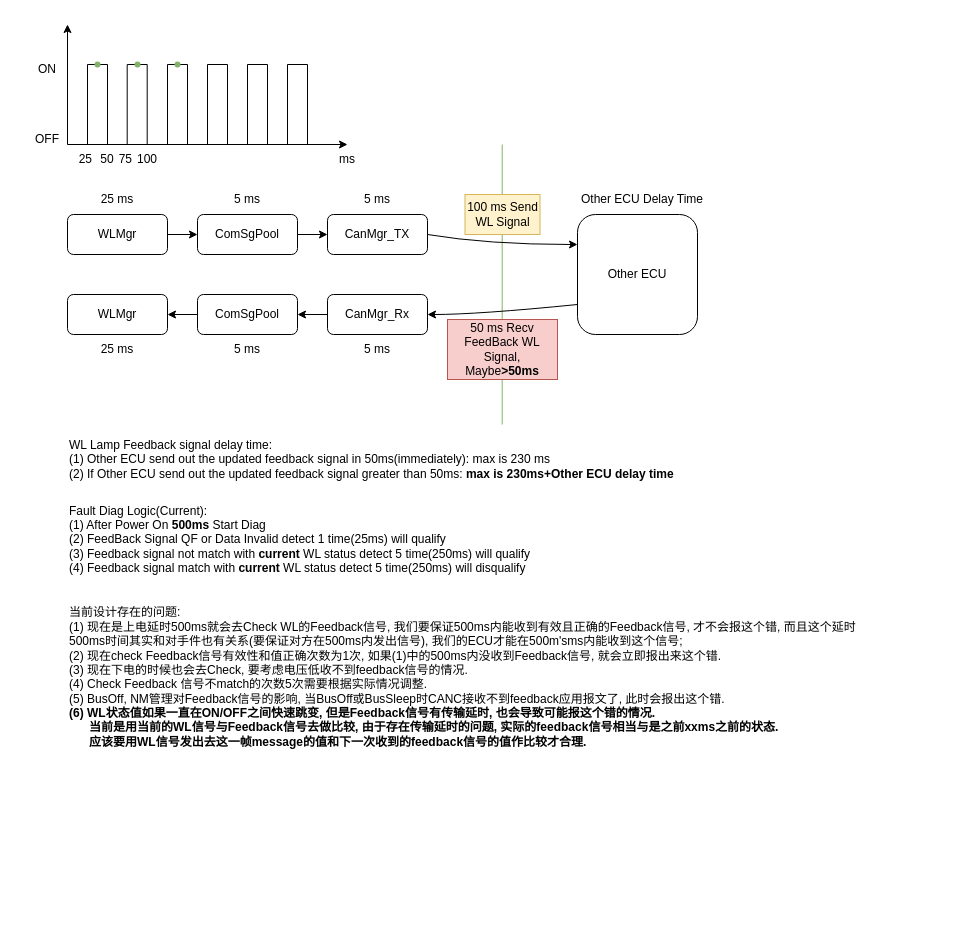
Before: wl_feedback.drawio in woshitanwang/pics_procdure, a draw.io diagram. Source tidied: cells renumbered, new cells numbered last; positions are measured from the earlier drawing's top-left corner, leaving out a move shared by most shapes. Both pictures are drawn from the tidied source at 100%, with x=0, y=0 at pixel (17, 24).
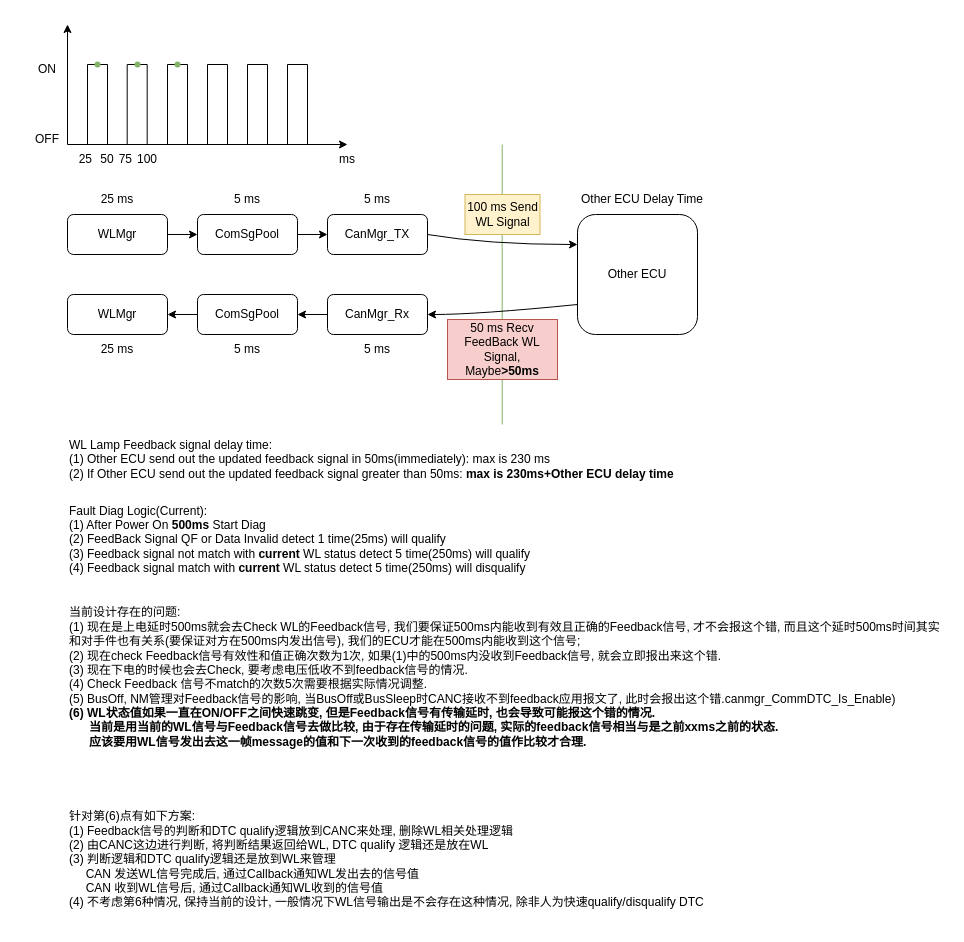
The same diagram, later.

The edit, as a diff of the source:
```diff
@@
-    <mxCell id="54" value="当前设计存在的问题:&lt;br&gt;(1) 现在是上电延时500ms就会去Check WL的Feedback信号, 我们要保证500ms内能收到有效且正确的Feedback信号, 才不会报这个错, 而且这个延时500ms时间其实和对手件也有关系(要保证对方在500ms内发出信号), 我们的ECU才能在500m'sms内能收到这个信号;&lt;br&gt;(2) 现在check Feedback信号有效性和值正确次数为1次, 如果(1)中的500ms内没收到Feedback信号, 就会立即报出来这个错.&lt;br&gt;(3) 现在下电的时候也会去Check, 要考虑电压低收不到feedback信号的情况.&lt;br&gt;(4) Check Feedback 信号不match的次数5次需要根据实际情况调整.&lt;br&gt;(5) BusOff, NM管理对Feedback信号的影响, 当BusOff或BusSleep时CANC接收不到feedback应用报文了, 此时会报出这个错.&lt;br&gt;&lt;b style=&quot;border-color: var(--border-color);&quot;&gt;(6) WL状态值如果一直在ON/OFF之间快速跳变, 但是Feedback信号有传输延时, 也会导致可能报这个错的情况.&lt;br&gt;&amp;nbsp; &amp;nbsp; &amp;nbsp; 当前是用当前的WL信号与Feedback信号去做比较, 由于存在传输延时的问题, 实际的feedback信号相当与是之前xxms之前的状态.&lt;br&gt;&amp;nbsp; &amp;nbsp; &amp;nbsp; 应该要用WL信号发出去这一帧message的值和下一次收到的feedback信号的值作比较才合理.&lt;br&gt;&amp;nbsp; &amp;nbsp; &amp;nbsp;&amp;nbsp;&lt;br&gt;&lt;/b&gt;" style="text;html=1;strokeColor=none;fillColor=none;align=left;verticalAlign=middle;whiteSpace=wrap;rounded=0;" parent="1" vertex="1">
-      <mxGeometry x="50" y="580" width="790" height="160" as="geometry" />
+    <mxCell id="54" value="当前设计存在的问题:&lt;br&gt;(1) 现在是上电延时500ms就会去Check WL的Feedback信号, 我们要保证500ms内能收到有效且正确的Feedback信号, 才不会报这个错, 而且这个延时500ms时间其实和对手件也有关系(要保证对方在500ms内发出信号), 我们的ECU才能在500ms内能收到这个信号;&lt;br&gt;(2) 现在check Feedback信号有效性和值正确次数为1次, 如果(1)中的500ms内没收到Feedback信号, 就会立即报出来这个错.&lt;br&gt;(3) 现在下电的时候也会去Check, 要考虑电压低收不到feedback信号的情况.&lt;br&gt;(4) Check Feedback 信号不match的次数5次需要根据实际情况调整.&lt;br&gt;(5) BusOff, NM管理对Feedback信号的影响, 当BusOff或BusSleep时CANC接收不到feedback应用报文了, 此时会报出这个错.canmgr_CommDTC_Is_Enable&lt;span style=&quot;background-color: initial;&quot;&gt;)&lt;/span&gt;&lt;br&gt;&lt;b style=&quot;border-color: var(--border-color);&quot;&gt;(6) WL状态值如果一直在ON/OFF之间快速跳变, 但是Feedback信号有传输延时, 也会导致可能报这个错的情况.&lt;br&gt;&amp;nbsp; &amp;nbsp; &amp;nbsp; 当前是用当前的WL信号与Feedback信号去做比较, 由于存在传输延时的问题, 实际的feedback信号相当与是之前xxms之前的状态.&lt;br&gt;&amp;nbsp; &amp;nbsp; &amp;nbsp; 应该要用WL信号发出去这一帧message的值和下一次收到的feedback信号的值作比较才合理.&lt;br&gt;&amp;nbsp; &amp;nbsp; &amp;nbsp;&amp;nbsp;&lt;br&gt;&lt;/b&gt;" style="text;html=1;strokeColor=none;fillColor=none;align=left;verticalAlign=middle;whiteSpace=wrap;rounded=0;" parent="1" vertex="1">
+      <mxGeometry x="50" y="580" width="880" height="160" as="geometry" />
     </mxCell>
@@
+    <mxCell id="60" value="针对第(6)点有如下方案:&lt;br&gt;(1) Feedback信号的判断和DTC qualify逻辑放到CANC来处理, 删除WL相关处理逻辑&lt;br&gt;(2) 由CANC这边进行判断, 将判断结果返回给WL, DTC qualify 逻辑还是放在WL&lt;br&gt;(3) 判断逻辑和DTC qualify逻辑还是放到WL来管理&lt;br&gt;&amp;nbsp; &amp;nbsp; &amp;nbsp;CAN 发送WL信号完成后, 通过Callback通知WL发出去的信号值&lt;br&gt;&amp;nbsp; &amp;nbsp; &amp;nbsp;CAN 收到WL信号后, 通过Callback通知WL收到的信号值&lt;br&gt;(4) 不考虑第6种情况, 保持当前的设计, 一般情况下WL信号输出是不会存在这种情况, 除非人为快速qualify/disqualify DTC" style="text;html=1;strokeColor=none;fillColor=none;align=left;verticalAlign=middle;whiteSpace=wrap;rounded=0;" parent="1" vertex="1">
+      <mxGeometry x="50" y="770" width="640" height="130" as="geometry" />
+    </mxCell>
```
